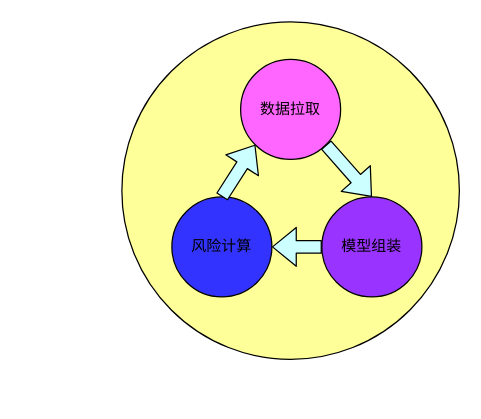
Earlier version of the draw.io diagram 模型规划.drawio (frankneu/draw.io). Source tidied: cells renumbered, new cells numbered last; positions are measured from the earlier drawing's top-left corner, leaving out a move shared by most shapes. Both pictures are drawn from the tidied source at 125%, with x=0, y=0 at pixel (121, 21).
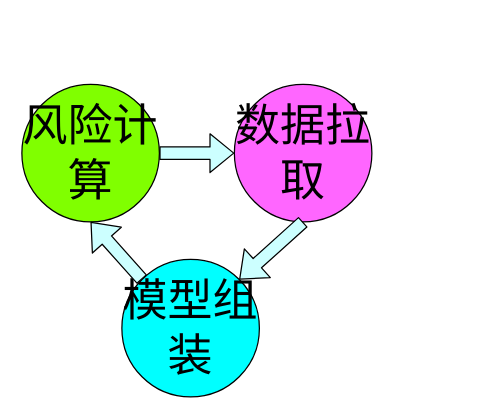
After the change.

What changed in the source:
```diff
@@
 <mxGraphModel>
   <root>
     <mxCell id="0" />
     <mxCell id="1" parent="0" />
-    <mxCell id="2" style="ellipse;whiteSpace=wrap;html=1;fillColor=#FFFF99;" parent="1" vertex="1">
-      <mxGeometry width="270" height="270" as="geometry" />
-    </mxCell>
-    <mxCell id="3" value="数据拉取" style="ellipse;whiteSpace=wrap;html=1;fillColor=#FF66FF;" parent="1" vertex="1">
-      <mxGeometry x="95" y="30" width="80" height="80" as="geometry" />
+    <mxCell id="3" value="&lt;font style=&quot;font-size: 36px&quot;&gt;数据拉取&lt;/font&gt;" style="ellipse;whiteSpace=wrap;html=1;fillColor=#FF66FF;" parent="1" vertex="1">
+      <mxGeometry x="90" y="50" width="110" height="110" as="geometry" />
     </mxCell>
-    <mxCell id="4" value="风险计算" style="ellipse;whiteSpace=wrap;html=1;fillColor=#3333FF;" parent="1" vertex="1">
-      <mxGeometry x="40" y="140" width="80" height="80" as="geometry" />
+    <mxCell id="4" value="&lt;font style=&quot;font-size: 36px&quot;&gt;风险计算&lt;/font&gt;" style="ellipse;whiteSpace=wrap;html=1;fillColor=#80FF00;fontSize=30;" parent="1" vertex="1">
+      <mxGeometry x="-80" y="50" width="110" height="110" as="geometry" />
     </mxCell>
-    <mxCell id="5" value="模型组装" style="ellipse;whiteSpace=wrap;html=1;fillColor=#9933FF;" parent="1" vertex="1">
-      <mxGeometry x="160" y="140" width="80" height="80" as="geometry" />
+    <mxCell id="5" value="&lt;font style=&quot;font-size: 36px&quot;&gt;模型组装&lt;/font&gt;" style="ellipse;whiteSpace=wrap;html=1;fillColor=#00FFFF;" parent="1" vertex="1">
+      <mxGeometry y="190" width="110" height="110" as="geometry" />
     </mxCell>
-    <mxCell id="6" style="shape=flexArrow;endArrow=classic;html=1;entryX=0;entryY=1;entryDx=0;entryDy=0;exitX=0.5;exitY=0;exitDx=0;exitDy=0;fillColor=#CCFFFF;" parent="1" edge="1" source="4" target="3">
+    <mxCell id="6" style="shape=flexArrow;endArrow=classic;html=1;entryX=0;entryY=0.5;entryDx=0;entryDy=0;exitX=1;exitY=0.5;exitDx=0;exitDy=0;fillColor=#CCFFFF;" parent="1" edge="1" source="4" target="3">
       <mxGeometry relative="1" as="geometry" />
     </mxCell>
-    <mxCell id="7" style="shape=flexArrow;endArrow=classic;html=1;entryX=0.5;entryY=0;entryDx=0;entryDy=0;exitX=1;exitY=1;exitDx=0;exitDy=0;fillColor=#CCFFFF;" parent="1" edge="1" source="3" target="5">
+    <mxCell id="7" style="shape=flexArrow;endArrow=classic;html=1;entryX=1;entryY=0;entryDx=0;entryDy=0;exitX=0.5;exitY=1;exitDx=0;exitDy=0;fillColor=#CCFFFF;" parent="1" edge="1" source="3" target="5">
       <mxGeometry relative="1" as="geometry" />
     </mxCell>
-    <mxCell id="8" style="shape=flexArrow;endArrow=classic;html=1;entryX=1;entryY=0.5;entryDx=0;entryDy=0;exitX=0;exitY=0.5;exitDx=0;exitDy=0;fillColor=#CCFFFF;" parent="1" edge="1" source="5" target="4">
+    <mxCell id="8" style="shape=flexArrow;endArrow=classic;html=1;entryX=0.5;entryY=1;entryDx=0;entryDy=0;exitX=0;exitY=0;exitDx=0;exitDy=0;fillColor=#CCFFFF;" parent="1" edge="1" source="5" target="4">
       <mxGeometry relative="1" as="geometry" />
     </mxCell>
   </root>
 </mxGraphModel>
```
